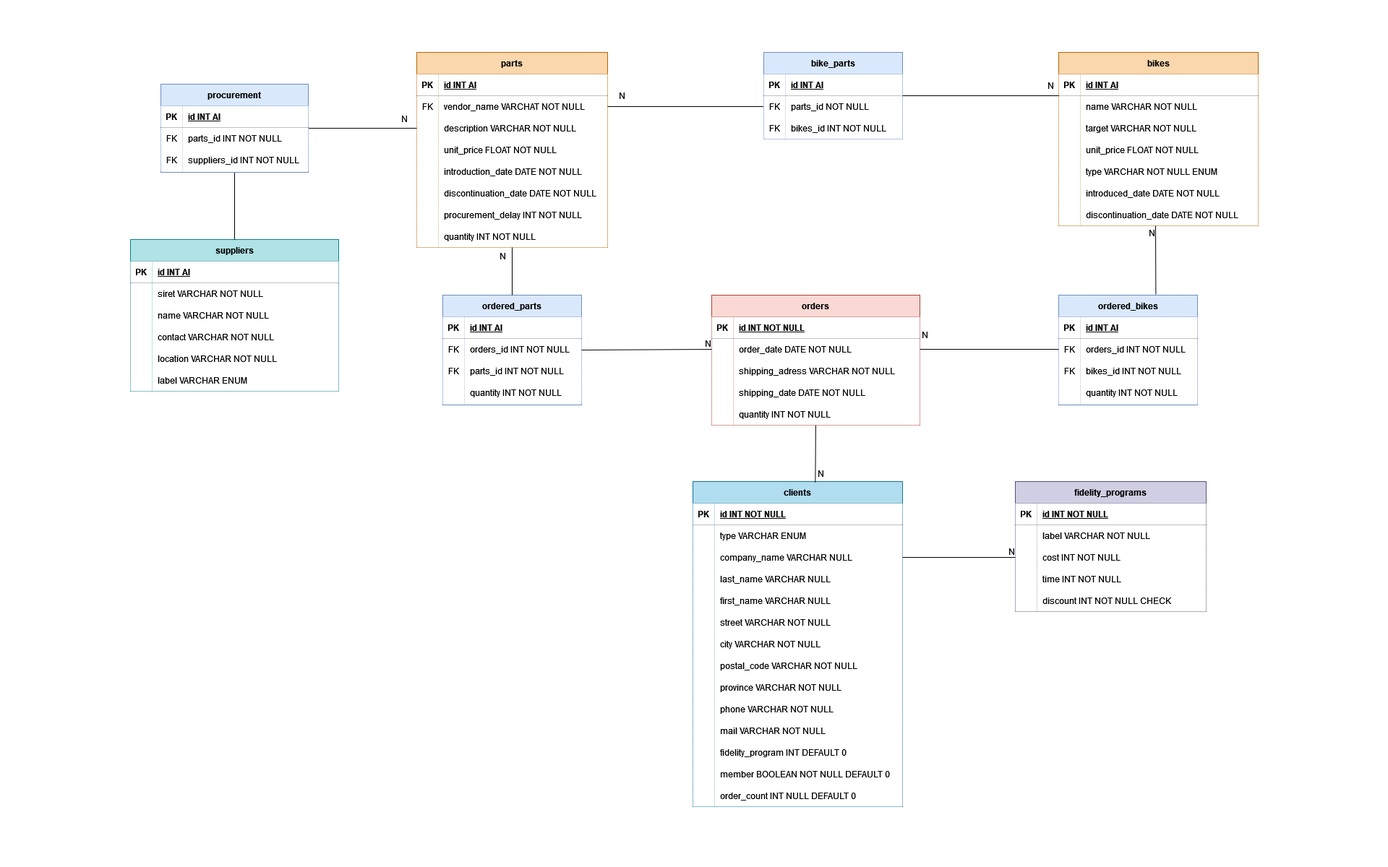
This is VeloMax_ER.png from strawhattom/VeloMax, a draw.io export, as it was before one commit. Source tidied: cells renumbered, new cells last; positions are measured from the earlier drawing's top-left corner, leaving out a move shared by most shapes.
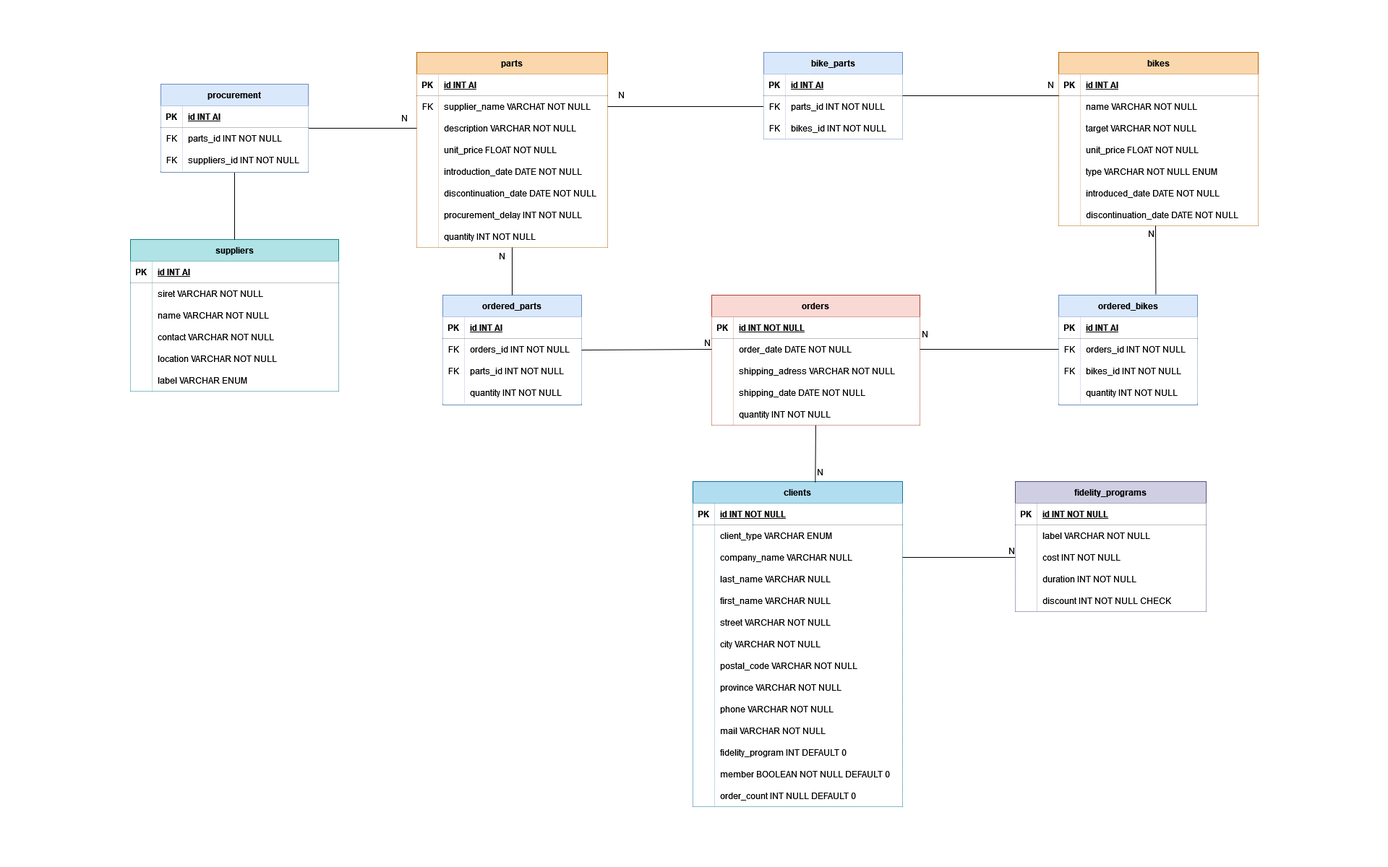
The same file after the commit.

What changed in the source:
```diff
@@ -125,7 +125,7 @@
     <mxCell id="42" value="FK" style="shape=partialRectangle;top=0;left=0;bottom=0;right=0;overflow=hidden;" parent="41" vertex="1">
       <mxGeometry width="30" height="30" as="geometry" />
     </mxCell>
-    <mxCell id="43" value="vendor_name VARCHAT NOT NULL" style="shape=partialRectangle;top=0;left=0;bottom=0;right=0;align=left;spacingLeft=6;overflow=hidden;" parent="41" vertex="1">
+    <mxCell id="43" value="supplier_name VARCHAT NOT NULL" style="shape=partialRectangle;top=0;left=0;bottom=0;right=0;align=left;spacingLeft=6;overflow=hidden;" parent="41" vertex="1">
       <mxGeometry x="30" width="234" height="30" as="geometry" />
     </mxCell>
     <mxCell id="44" style="shape=tableRow;horizontal=0;startSize=0;swimlaneHead=0;swimlaneBody=0;fillColor=none;points=[[0,0.5],[1,0.5]];portConstraint=eastwest;top=0;left=0;right=0;bottom=0;" parent="37" vertex="1">
@@ -266,7 +266,7 @@
     <mxCell id="89" style="shape=partialRectangle;top=0;left=0;bottom=0;right=0;overflow=hidden;" parent="88" vertex="1">
       <mxGeometry width="30" height="30" as="geometry" />
     </mxCell>
-    <mxCell id="90" value="type VARCHAR ENUM" style="shape=partialRectangle;top=0;left=0;bottom=0;right=0;align=left;spacingLeft=6;overflow=hidden;" parent="88" vertex="1">
+    <mxCell id="90" value="client_type VARCHAR ENUM" style="shape=partialRectangle;top=0;left=0;bottom=0;right=0;align=left;spacingLeft=6;overflow=hidden;" parent="88" vertex="1">
       <mxGeometry x="30" width="260" height="30" as="geometry" />
     </mxCell>
     <mxCell id="91" style="shape=tableRow;horizontal=0;startSize=0;swimlaneHead=0;swimlaneBody=0;fillColor=none;points=[[0,0.5],[1,0.5]];portConstraint=eastwest;top=0;left=0;right=0;bottom=0;" parent="84" vertex="1">
@@ -413,7 +413,7 @@
     <mxCell id="138" style="shape=partialRectangle;top=0;left=0;bottom=0;right=0;overflow=hidden;fontFamily=Helvetica;fontSize=12;startSize=20;" parent="137" vertex="1">
       <mxGeometry width="30" height="30" as="geometry" />
     </mxCell>
-    <mxCell id="139" value="time INT NOT NULL" style="shape=partialRectangle;top=0;left=0;bottom=0;right=0;align=left;spacingLeft=6;overflow=hidden;fontFamily=Helvetica;fontSize=12;startSize=20;" parent="137" vertex="1">
+    <mxCell id="139" value="duration INT NOT NULL" style="shape=partialRectangle;top=0;left=0;bottom=0;right=0;align=left;spacingLeft=6;overflow=hidden;fontFamily=Helvetica;fontSize=12;startSize=20;" parent="137" vertex="1">
       <mxGeometry x="30" width="234" height="30" as="geometry" />
     </mxCell>
     <mxCell id="140" style="shape=tableRow;horizontal=0;startSize=0;swimlaneHead=0;swimlaneBody=0;fillColor=none;top=0;left=0;right=0;bottom=0;fontFamily=Helvetica;fontSize=12;fontColor=#0D0302;strokeColor=default;" parent="127" vertex="1">
@@ -592,7 +592,7 @@
     <mxCell id="191" value="FK" style="shape=partialRectangle;top=0;left=0;bottom=0;right=0;overflow=hidden;" parent="190" vertex="1">
       <mxGeometry width="30" height="30" as="geometry" />
     </mxCell>
-    <mxCell id="192" value="parts_id NOT NULL" style="shape=partialRectangle;top=0;left=0;bottom=0;right=0;align=left;spacingLeft=6;overflow=hidden;" parent="190" vertex="1">
+    <mxCell id="192" value="parts_id INT NOT NULL" style="shape=partialRectangle;top=0;left=0;bottom=0;right=0;align=left;spacingLeft=6;overflow=hidden;" parent="190" vertex="1">
       <mxGeometry x="30" width="162" height="30" as="geometry" />
     </mxCell>
     <mxCell id="193" style="shape=tableRow;horizontal=0;startSize=0;swimlaneHead=0;swimlaneBody=0;fillColor=none;top=0;left=0;right=0;bottom=0;" parent="186" vertex="1">
```
